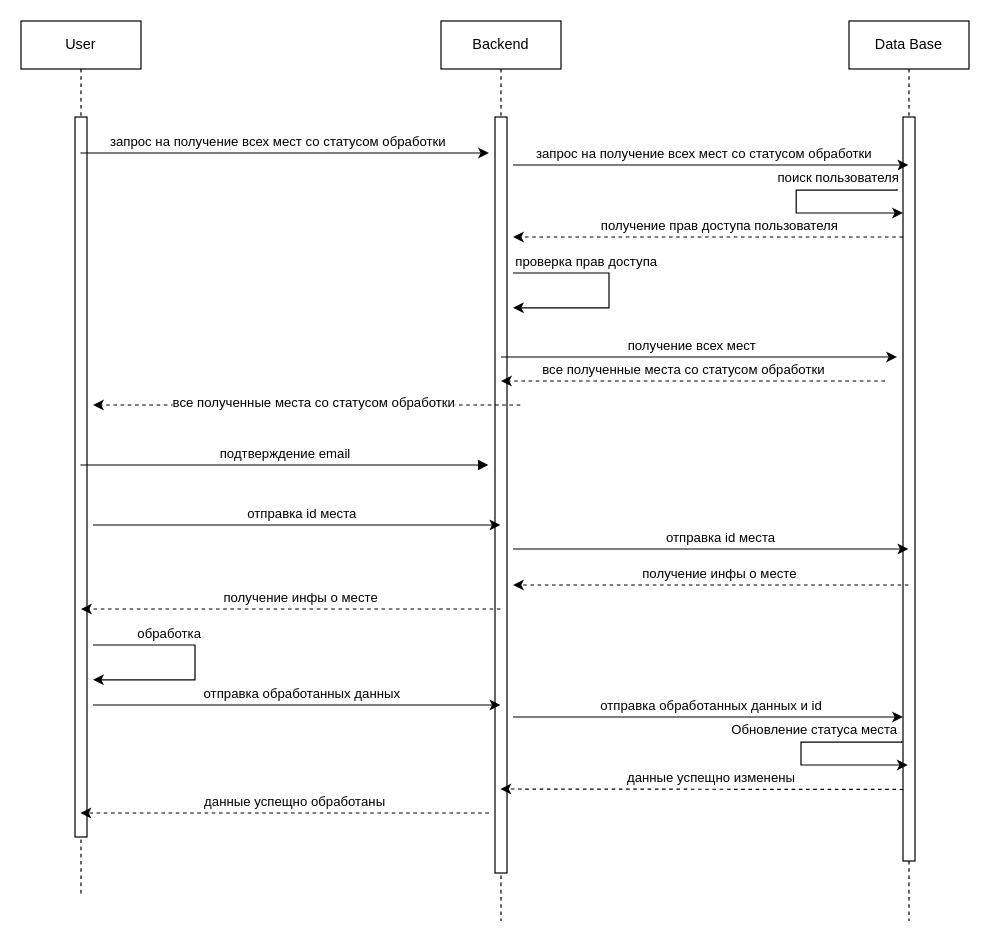
Earlier version of the draw.io diagram sequence_diagram_place_processing.drawio (IlyaPetushok/FishingHelper). Source tidied: cells renumbered, new cells numbered last; positions are measured from the earlier drawing's top-left corner, leaving out a move shared by most shapes. Both pictures are drawn from the tidied source at 120%, with x=0, y=0 at pixel (20, 20).
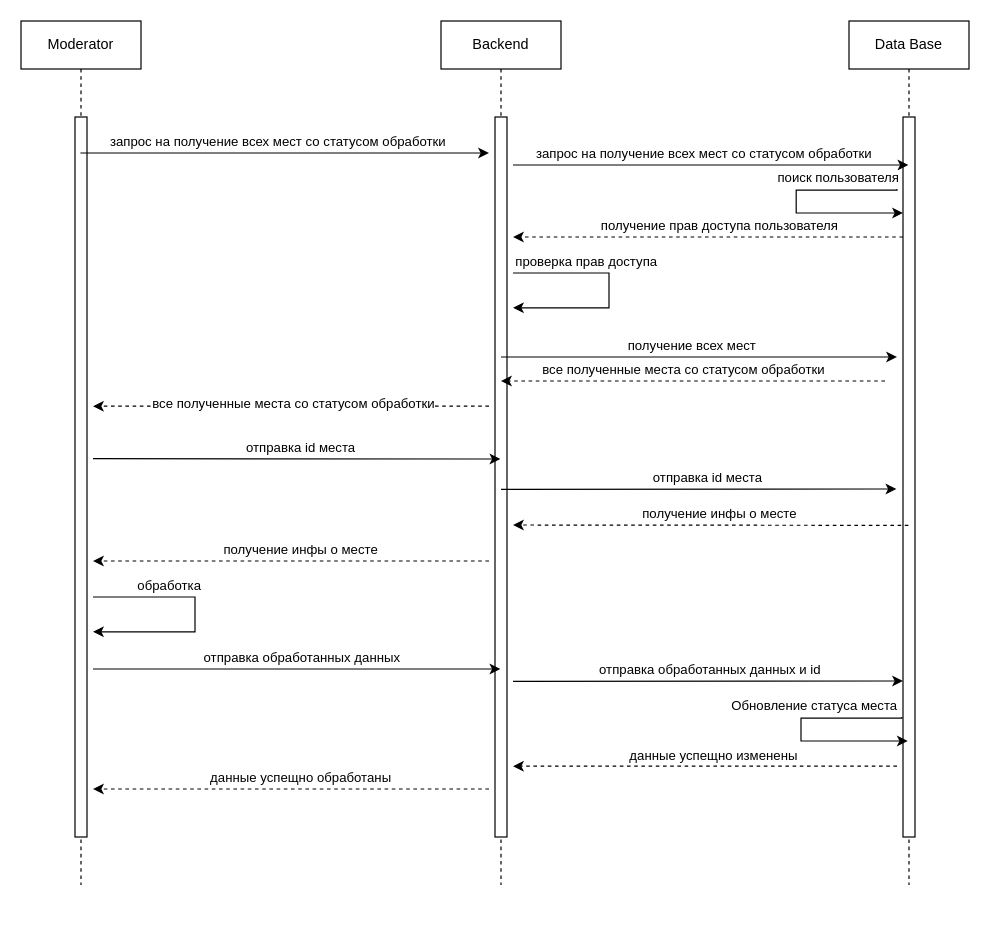
The same diagram, later.

What changed in the source:
```diff
@@
-    <mxCell id="2" value="User" style="shape=umlLifeline;perimeter=lifelinePerimeter;whiteSpace=wrap;html=1;outlineConnect=0;portConstraint=eastwest;newEdgeStyle={&quot;edgeStyle&quot;:&quot;elbowEdgeStyle&quot;,&quot;elbow&quot;:&quot;vertical&quot;,&quot;curved&quot;:0,&quot;rounded&quot;:0};" parent="1" vertex="1">
-      <mxGeometry width="100" height="730" as="geometry" />
+    <mxCell id="2" value="Moderator" style="shape=umlLifeline;perimeter=lifelinePerimeter;whiteSpace=wrap;html=1;outlineConnect=0;portConstraint=eastwest;newEdgeStyle={&quot;edgeStyle&quot;:&quot;elbowEdgeStyle&quot;,&quot;elbow&quot;:&quot;vertical&quot;,&quot;curved&quot;:0,&quot;rounded&quot;:0};" parent="1" vertex="1">
+      <mxGeometry width="100" height="720" as="geometry" />
     </mxCell>
@@
     <mxCell id="4" value="Backend" style="shape=umlLifeline;perimeter=lifelinePerimeter;whiteSpace=wrap;html=1;outlineConnect=0;portConstraint=eastwest;newEdgeStyle={&quot;edgeStyle&quot;:&quot;elbowEdgeStyle&quot;,&quot;elbow&quot;:&quot;vertical&quot;,&quot;curved&quot;:0,&quot;rounded&quot;:0};" parent="1" vertex="1">
-      <mxGeometry x="350" width="100" height="750" as="geometry" />
+      <mxGeometry x="350" width="100" height="720" as="geometry" />
     </mxCell>
     <mxCell id="5" style="html=1;perimeter=orthogonalPerimeter;targetShapes=umlLifeline;newEdgeStyle={&quot;edgeStyle&quot;:&quot;elbowEdgeStyle&quot;,&quot;elbow&quot;:&quot;vertical&quot;,&quot;curved&quot;:0,&quot;rounded&quot;:0};" parent="4" vertex="1">
-      <mxGeometry x="45" y="80" width="10" height="630" as="geometry" />
+      <mxGeometry x="45" y="80" width="10" height="600" as="geometry" />
     </mxCell>
     <mxCell id="6" value="Data Base" style="shape=umlLifeline;perimeter=lifelinePerimeter;whiteSpace=wrap;html=1;outlineConnect=0;portConstraint=eastwest;newEdgeStyle={&quot;edgeStyle&quot;:&quot;elbowEdgeStyle&quot;,&quot;elbow&quot;:&quot;vertical&quot;,&quot;curved&quot;:0,&quot;rounded&quot;:0};" parent="1" vertex="1">
-      <mxGeometry x="690" width="100" height="750" as="geometry" />
+      <mxGeometry x="690" width="100" height="720" as="geometry" />
     </mxCell>
     <mxCell id="7" style="html=1;points=[];perimeter=orthogonalPerimeter;outlineConnect=0;targetShapes=umlLifeline;portConstraint=eastwest;newEdgeStyle={&quot;edgeStyle&quot;:&quot;elbowEdgeStyle&quot;,&quot;elbow&quot;:&quot;vertical&quot;,&quot;curved&quot;:0,&quot;rounded&quot;:0};" parent="6" vertex="1">
-      <mxGeometry x="45" y="80" width="10" height="620" as="geometry" />
+      <mxGeometry x="45" y="80" width="10" height="600" as="geometry" />
     </mxCell>
@@
     <mxCell id="10" style="edgeStyle=elbowEdgeStyle;rounded=0;orthogonalLoop=1;jettySize=auto;html=1;elbow=vertical;curved=0;dashed=1;" parent="1" edge="1">
       <mxGeometry relative="1" as="geometry">
-        <mxPoint x="416" y="320" as="sourcePoint" />
+        <mxPoint x="390" y="321" as="sourcePoint" />
         <mxPoint x="60" y="320.5" as="targetPoint" />
       </mxGeometry>
     </mxCell>
@@
-    <mxCell id="12" value="подтверждение email" style="html=1;verticalAlign=bottom;endArrow=block;edgeStyle=elbowEdgeStyle;elbow=vertical;curved=0;rounded=0;" parent="1" edge="1" source="2">
-      <mxGeometry relative="1" as="geometry">
-        <mxPoint x="389.5" y="370" as="targetPoint" />
-        <Array as="points">
-          <mxPoint x="190" y="370" />
-        </Array>
-      </mxGeometry>
-    </mxCell>
@@
-    <mxCell id="25" style="edgeStyle=elbowEdgeStyle;rounded=0;jettySize=auto;html=1;elbow=vertical;curved=0;" parent="1" edge="1" target="4">
+    <mxCell id="25" style="edgeStyle=elbowEdgeStyle;rounded=0;orthogonalLoop=1;jettySize=auto;html=1;elbow=vertical;curved=0;" parent="1" edge="1">
       <mxGeometry relative="1" as="geometry">
-        <mxPoint x="60" y="420" as="sourcePoint" />
+        <mxPoint x="60" y="364.7" as="sourcePoint" />
+        <mxPoint x="399.5" y="364.3" as="targetPoint" />
       </mxGeometry>
     </mxCell>
@@
-    <mxCell id="27" style="edgeStyle=elbowEdgeStyle;rounded=0;jettySize=auto;html=1;elbow=vertical;curved=0;" parent="1" edge="1" target="6">
+    <mxCell id="27" style="edgeStyle=elbowEdgeStyle;rounded=0;orthogonalLoop=1;jettySize=auto;html=1;elbow=vertical;curved=0;" parent="1" edge="1">
       <mxGeometry relative="1" as="geometry">
-        <mxPoint x="410" y="440" as="sourcePoint" />
+        <mxPoint x="400" y="390.3" as="sourcePoint" />
+        <mxPoint x="729.5" y="390" as="targetPoint" />
       </mxGeometry>
     </mxCell>
@@
-    <mxCell id="29" style="edgeStyle=elbowEdgeStyle;rounded=0;jettySize=auto;html=1;elbow=vertical;curved=0;dashed=1;" parent="1" edge="1" source="6">
+    <mxCell id="29" style="edgeStyle=elbowEdgeStyle;rounded=0;orthogonalLoop=1;jettySize=auto;html=1;elbow=vertical;curved=0;dashed=1;" parent="1" edge="1">
       <mxGeometry relative="1" as="geometry">
-        <mxPoint x="410" y="470" as="targetPoint" />
+        <mxPoint x="739.5" y="420.3" as="sourcePoint" />
+        <mxPoint x="410" y="420" as="targetPoint" />
       </mxGeometry>
     </mxCell>
@@
-    <mxCell id="31" style="edgeStyle=elbowEdgeStyle;rounded=0;jettySize=auto;html=1;elbow=vertical;curved=0;dashed=1;" parent="1" edge="1" source="4">
+    <mxCell id="31" style="edgeStyle=elbowEdgeStyle;rounded=0;orthogonalLoop=1;jettySize=auto;html=1;elbow=vertical;curved=0;dashed=1;" parent="1" edge="1">
       <mxGeometry relative="1" as="geometry">
-        <mxPoint x="50" y="490" as="targetPoint" />
+        <mxPoint x="390" y="450" as="sourcePoint" />
+        <mxPoint x="60" y="450" as="targetPoint" />
       </mxGeometry>
     </mxCell>
@@
     <mxCell id="33" style="edgeStyle=orthogonalEdgeStyle;rounded=0;orthogonalLoop=1;jettySize=auto;html=1;elbow=vertical;" parent="1" edge="1">
       <mxGeometry relative="1" as="geometry">
-        <mxPoint x="60" y="520" as="sourcePoint" />
-        <mxPoint x="60" y="549" as="targetPoint" />
+        <mxPoint x="60" y="480" as="sourcePoint" />
+        <mxPoint x="60" y="509" as="targetPoint" />
         <Array as="points">
-          <mxPoint x="145" y="520" />
-          <mxPoint x="145" y="549" />
+          <mxPoint x="145" y="480" />
+          <mxPoint x="145" y="509" />
         </Array>
       </mxGeometry>
     </mxCell>
@@
-    <mxCell id="35" style="edgeStyle=elbowEdgeStyle;rounded=0;jettySize=auto;html=1;elbow=vertical;curved=0;" parent="1" edge="1" target="4">
+    <mxCell id="35" style="edgeStyle=elbowEdgeStyle;rounded=0;orthogonalLoop=1;jettySize=auto;html=1;elbow=vertical;curved=0;" parent="1" edge="1">
       <mxGeometry relative="1" as="geometry">
-        <mxPoint x="60" y="570" as="sourcePoint" />
+        <mxPoint x="60" y="540" as="sourcePoint" />
+        <mxPoint x="399.5" y="540.3" as="targetPoint" />
       </mxGeometry>
     </mxCell>
@@
-    <mxCell id="37" style="edgeStyle=elbowEdgeStyle;rounded=0;jettySize=auto;html=1;elbow=vertical;curved=0;" parent="1" edge="1" target="7">
+    <mxCell id="37" style="edgeStyle=elbowEdgeStyle;rounded=0;orthogonalLoop=1;jettySize=auto;html=1;elbow=vertical;curved=0;" parent="1" edge="1">
       <mxGeometry relative="1" as="geometry">
-        <mxPoint x="410" y="580" as="sourcePoint" />
+        <mxPoint x="410" y="550.3" as="sourcePoint" />
+        <mxPoint x="735" y="550" as="targetPoint" />
       </mxGeometry>
     </mxCell>
@@
     <mxCell id="39" style="edgeStyle=orthogonalEdgeStyle;rounded=0;orthogonalLoop=1;jettySize=auto;html=1;elbow=vertical;" parent="1" edge="1">
       <mxGeometry relative="1" as="geometry">
-        <mxPoint x="734" y="600" as="sourcePoint" />
-        <mxPoint x="739" y="620" as="targetPoint" />
+        <mxPoint x="734" y="580" as="sourcePoint" />
+        <mxPoint x="739" y="600" as="targetPoint" />
         <Array as="points">
-          <mxPoint x="734" y="601" />
-          <mxPoint x="650" y="601" />
-          <mxPoint x="650" y="620" />
+          <mxPoint x="734" y="581" />
+          <mxPoint x="650" y="581" />
+          <mxPoint x="650" y="600" />
         </Array>
       </mxGeometry>
     </mxCell>
@@
-    <mxCell id="41" style="edgeStyle=elbowEdgeStyle;rounded=0;jettySize=auto;html=1;elbow=vertical;curved=0;dashed=1;" parent="1" edge="1" target="4">
+    <mxCell id="41" style="edgeStyle=elbowEdgeStyle;rounded=0;orthogonalLoop=1;jettySize=auto;html=1;elbow=vertical;curved=0;dashed=1;" parent="1" edge="1">
       <mxGeometry relative="1" as="geometry">
-        <mxPoint x="735.2" y="640.4" as="sourcePoint" />
+        <mxPoint x="730" y="621" as="sourcePoint" />
+        <mxPoint x="410" y="620.6" as="targetPoint" />
       </mxGeometry>
     </mxCell>
@@
-    <mxCell id="43" style="edgeStyle=elbowEdgeStyle;rounded=0;jettySize=auto;html=1;elbow=vertical;curved=0;dashed=1;" parent="1" edge="1" target="2">
+    <mxCell id="43" style="edgeStyle=elbowEdgeStyle;rounded=0;orthogonalLoop=1;jettySize=auto;html=1;elbow=vertical;curved=0;dashed=1;" parent="1" edge="1">
       <mxGeometry relative="1" as="geometry">
-        <mxPoint x="390" y="660" as="sourcePoint" />
+        <mxPoint x="390" y="640" as="sourcePoint" />
+        <mxPoint x="60" y="640" as="targetPoint" />
       </mxGeometry>
     </mxCell>
```
